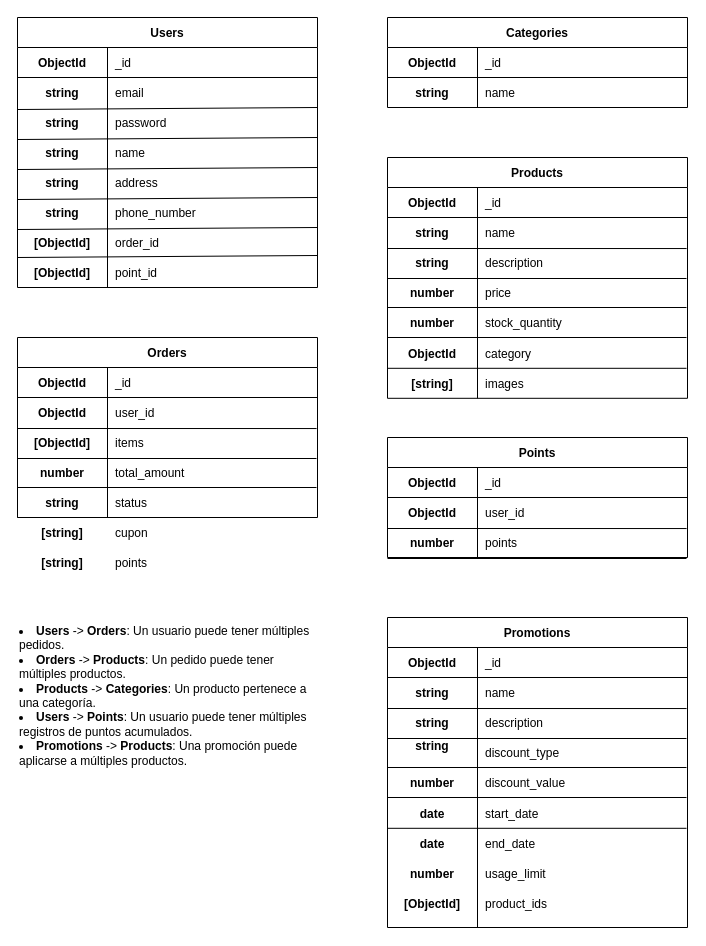
Earlier version of the draw.io diagram delyapp.drawio (0800WEB/Delyapp-back). Source tidied: cells renumbered, new cells numbered last; positions are measured from the earlier drawing's top-left corner, leaving out a move shared by most shapes. Both pictures are drawn from the tidied source at 100%, with x=0, y=0 at pixel (17, 17).
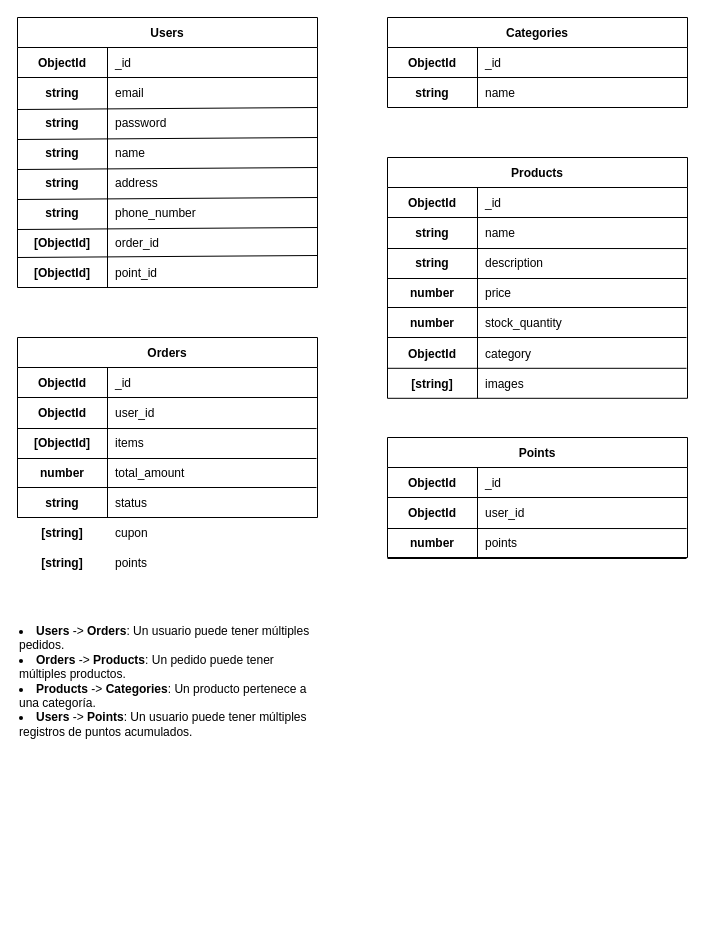
The same diagram, later.

Change to the diagram source:
```diff
@@
-    <mxCell id="88" value="Promotions" style="shape=table;startSize=30;childLayout=tableLayout;rowLines=0;fontStyle=1;align=center;" parent="1" vertex="1">
-      <mxGeometry x="370" y="600" width="300" height="310" as="geometry" />
-    </mxCell>
-    <mxCell id="89" style="shape=partialRectangle;fillColor=none;points=[[0,0.5],[1,0.5]];portConstraint=eastwest;top=0;left=0;right=0;bottom=1;" parent="88" vertex="1">
-      <mxGeometry y="30" width="300" height="30" as="geometry" />
-    </mxCell>
-    <mxCell id="90" value="ObjectId" style="shape=partialRectangle;overflow=hidden;fillColor=none;top=0;left=0;bottom=0;right=0;fontStyle=1;strokeColor=default;" parent="89" vertex="1">
-      <mxGeometry width="90" height="30" as="geometry" />
-    </mxCell>
-    <mxCell id="91" value="_id" style="shape=partialRectangle;overflow=hidden;fillColor=none;top=0;left=0;bottom=0;right=0;align=left;spacingLeft=6;fontStyle=0;" parent="89" vertex="1">
-      <mxGeometry x="90" width="210" height="30" as="geometry" />
-    </mxCell>
-    <mxCell id="92" style="shape=partialRectangle;fillColor=none;points=[[0,0.5],[1,0.5]];portConstraint=eastwest;top=0;left=0;right=0;bottom=0;" parent="88" vertex="1">
-      <mxGeometry y="60" width="300" height="30" as="geometry" />
-    </mxCell>
-    <mxCell id="93" value="string" style="shape=partialRectangle;overflow=hidden;fillColor=none;top=0;left=0;bottom=0;right=0;strokeColor=default;align=center;verticalAlign=middle;fontFamily=Helvetica;fontSize=12;fontColor=default;fontStyle=1;" parent="92" vertex="1">
-      <mxGeometry width="90" height="30" as="geometry" />
-    </mxCell>
-    <mxCell id="94" value="name" style="shape=partialRectangle;overflow=hidden;fillColor=none;top=0;left=0;bottom=0;right=0;align=left;spacingLeft=6;strokeColor=default;verticalAlign=middle;fontFamily=Helvetica;fontSize=12;fontColor=default;fontStyle=0;" parent="92" vertex="1">
-      <mxGeometry x="90" width="210" height="30" as="geometry" />
-    </mxCell>
-    <mxCell id="95" value="string" style="shape=partialRectangle;overflow=hidden;fillColor=none;top=0;left=0;bottom=0;right=0;fontStyle=1;strokeColor=default;" parent="1" vertex="1">
-      <mxGeometry x="370" y="690" width="90" height="30" as="geometry" />
-    </mxCell>
-    <mxCell id="96" value="description" style="shape=partialRectangle;overflow=hidden;fillColor=none;top=0;left=0;bottom=0;right=0;align=left;spacingLeft=6;fontStyle=0;" parent="1" vertex="1">
-      <mxGeometry x="460" y="690" width="210" height="30" as="geometry" />
-    </mxCell>
-    <mxCell id="97" style="endArrow=none;html=1;rounded=0;entryX=0.3;entryY=-0.015;entryDx=0;entryDy=0;entryPerimeter=0;" parent="1" edge="1" target="89">
-      <mxGeometry relative="1" as="geometry">
-        <mxPoint x="460" y="910" as="sourcePoint" />
-      </mxGeometry>
-    </mxCell>
-    <mxCell id="98" style="endArrow=none;html=1;rounded=0;entryX=0.997;entryY=1.035;entryDx=0;entryDy=0;entryPerimeter=0;" parent="1" edge="1" target="92">
-      <mxGeometry relative="1" as="geometry">
-        <mxPoint x="370" y="691" as="sourcePoint" />
-      </mxGeometry>
-    </mxCell>
-    <mxCell id="99" value="string&#10;" style="shape=partialRectangle;overflow=hidden;fillColor=none;top=0;left=0;bottom=0;right=0;fontStyle=1;strokeColor=default;" parent="1" vertex="1">
-      <mxGeometry x="370" y="720" width="90" height="30" as="geometry" />
-    </mxCell>
-    <mxCell id="100" value="discount_type " style="shape=partialRectangle;overflow=hidden;fillColor=none;top=0;left=0;bottom=0;right=0;align=left;spacingLeft=6;fontStyle=0;" parent="1" vertex="1">
-      <mxGeometry x="460" y="720" width="210" height="30" as="geometry" />
-    </mxCell>
-    <mxCell id="101" style="endArrow=none;html=1;rounded=0;entryX=0.997;entryY=1.035;entryDx=0;entryDy=0;entryPerimeter=0;" parent="1" edge="1">
-      <mxGeometry relative="1" as="geometry">
-        <mxPoint x="370" y="721" as="sourcePoint" />
-        <mxPoint x="669" y="721" as="targetPoint" />
-      </mxGeometry>
-    </mxCell>
-    <mxCell id="102" style="endArrow=none;html=1;rounded=0;entryX=0.997;entryY=1.035;entryDx=0;entryDy=0;entryPerimeter=0;" parent="1" edge="1">
-      <mxGeometry relative="1" as="geometry">
-        <mxPoint x="370" y="750" as="sourcePoint" />
-        <mxPoint x="669" y="750" as="targetPoint" />
-      </mxGeometry>
-    </mxCell>
-    <mxCell id="103" value="number" style="shape=partialRectangle;overflow=hidden;fillColor=none;top=0;left=0;bottom=0;right=0;fontStyle=1;strokeColor=default;" parent="1" vertex="1">
-      <mxGeometry x="370" y="750" width="90" height="30" as="geometry" />
-    </mxCell>
-    <mxCell id="104" value="discount_value" style="shape=partialRectangle;overflow=hidden;fillColor=none;top=0;left=0;bottom=0;right=0;align=left;spacingLeft=6;fontStyle=0;" parent="1" vertex="1">
-      <mxGeometry x="460" y="750" width="210" height="30" as="geometry" />
-    </mxCell>
-    <mxCell id="105" style="endArrow=none;html=1;rounded=0;entryX=0.997;entryY=1.035;entryDx=0;entryDy=0;entryPerimeter=0;" parent="1" edge="1">
-      <mxGeometry relative="1" as="geometry">
-        <mxPoint x="370" y="780" as="sourcePoint" />
-        <mxPoint x="669" y="780" as="targetPoint" />
-      </mxGeometry>
-    </mxCell>
-    <mxCell id="106" value="date" style="shape=partialRectangle;overflow=hidden;fillColor=none;top=0;left=0;bottom=0;right=0;fontStyle=1;strokeColor=default;" parent="1" vertex="1">
-      <mxGeometry x="370" y="780.8" width="90" height="30" as="geometry" />
-    </mxCell>
-    <mxCell id="107" value="start_date" style="shape=partialRectangle;overflow=hidden;fillColor=none;top=0;left=0;bottom=0;right=0;align=left;spacingLeft=6;fontStyle=0;" parent="1" vertex="1">
-      <mxGeometry x="460" y="780.8" width="210" height="30" as="geometry" />
-    </mxCell>
-    <mxCell id="108" style="endArrow=none;html=1;rounded=0;entryX=0.997;entryY=1.035;entryDx=0;entryDy=0;entryPerimeter=0;" parent="1" edge="1">
-      <mxGeometry relative="1" as="geometry">
-        <mxPoint x="370" y="810.8" as="sourcePoint" />
-        <mxPoint x="669" y="810.8" as="targetPoint" />
-      </mxGeometry>
-    </mxCell>
-    <mxCell id="109" value="date" style="shape=partialRectangle;overflow=hidden;fillColor=none;top=0;left=0;bottom=0;right=0;fontStyle=1;strokeColor=default;" parent="1" vertex="1">
-      <mxGeometry x="370" y="810.8" width="90" height="30" as="geometry" />
-    </mxCell>
-    <mxCell id="110" value="end_date" style="shape=partialRectangle;overflow=hidden;fillColor=none;top=0;left=0;bottom=0;right=0;align=left;spacingLeft=6;fontStyle=0;" parent="1" vertex="1">
-      <mxGeometry x="460" y="810.8" width="210" height="30" as="geometry" />
-    </mxCell>
-    <mxCell id="111" value="number" style="shape=partialRectangle;overflow=hidden;fillColor=none;top=0;left=0;bottom=0;right=0;fontStyle=1;strokeColor=default;" parent="1" vertex="1">
-      <mxGeometry x="370" y="840.8" width="90" height="30" as="geometry" />
-    </mxCell>
-    <mxCell id="112" value="usage_limit" style="shape=partialRectangle;overflow=hidden;fillColor=none;top=0;left=0;bottom=0;right=0;align=left;spacingLeft=6;fontStyle=0;" parent="1" vertex="1">
-      <mxGeometry x="460" y="840.8" width="210" height="30" as="geometry" />
-    </mxCell>
-    <mxCell id="113" value="[ObjectId]" style="shape=partialRectangle;overflow=hidden;fillColor=none;top=0;left=0;bottom=0;right=0;fontStyle=1;strokeColor=default;" parent="1" vertex="1">
-      <mxGeometry x="370" y="870.8" width="90" height="30" as="geometry" />
-    </mxCell>
-    <mxCell id="114" value="product_ids " style="shape=partialRectangle;overflow=hidden;fillColor=none;top=0;left=0;bottom=0;right=0;align=left;spacingLeft=6;fontStyle=0;" parent="1" vertex="1">
-      <mxGeometry x="460" y="870.8" width="210" height="30" as="geometry" />
-    </mxCell>
-    <mxCell id="115" value="&lt;li&gt;&lt;strong&gt;Users&lt;/strong&gt; -&amp;gt; &lt;strong&gt;Orders&lt;/strong&gt;: Un usuario puede tener múltiples pedidos.&lt;/li&gt;&lt;li&gt;&lt;strong&gt;Orders&lt;/strong&gt; -&amp;gt; &lt;strong&gt;Products&lt;/strong&gt;: Un pedido puede tener múltiples productos.&lt;/li&gt;&lt;li&gt;&lt;strong&gt;Products&lt;/strong&gt; -&amp;gt; &lt;strong&gt;Categories&lt;/strong&gt;: Un producto pertenece a una categoría.&lt;/li&gt;&lt;li&gt;&lt;strong&gt;Users&lt;/strong&gt; -&amp;gt; &lt;strong&gt;Points&lt;/strong&gt;: Un usuario puede tener múltiples registros de puntos acumulados.&lt;/li&gt;&lt;li&gt;&lt;strong&gt;Promotions&lt;/strong&gt; -&amp;gt; &lt;strong&gt;Products&lt;/strong&gt;: Una promoción puede aplicarse a múltiples productos.&lt;/li&gt;" style="text;whiteSpace=wrap;html=1;" parent="1" vertex="1">
-      <mxGeometry y="600" width="300" height="160" as="geometry" />
+    <mxCell id="115" value="&lt;li&gt;&lt;strong&gt;Users&lt;/strong&gt; -&amp;gt; &lt;strong&gt;Orders&lt;/strong&gt;: Un usuario puede tener múltiples pedidos.&lt;/li&gt;&lt;li&gt;&lt;strong&gt;Orders&lt;/strong&gt; -&amp;gt; &lt;strong&gt;Products&lt;/strong&gt;: Un pedido puede tener múltiples productos.&lt;/li&gt;&lt;li&gt;&lt;strong&gt;Products&lt;/strong&gt; -&amp;gt; &lt;strong&gt;Categories&lt;/strong&gt;: Un producto pertenece a una categoría.&lt;/li&gt;&lt;li&gt;&lt;strong&gt;Users&lt;/strong&gt; -&amp;gt; &lt;strong&gt;Points&lt;/strong&gt;: Un usuario puede tener múltiples registros de puntos acumulados.&lt;/li&gt;" style="text;whiteSpace=wrap;html=1;" parent="1" vertex="1">
+      <mxGeometry y="600" width="300" height="130" as="geometry" />
     </mxCell>
```
